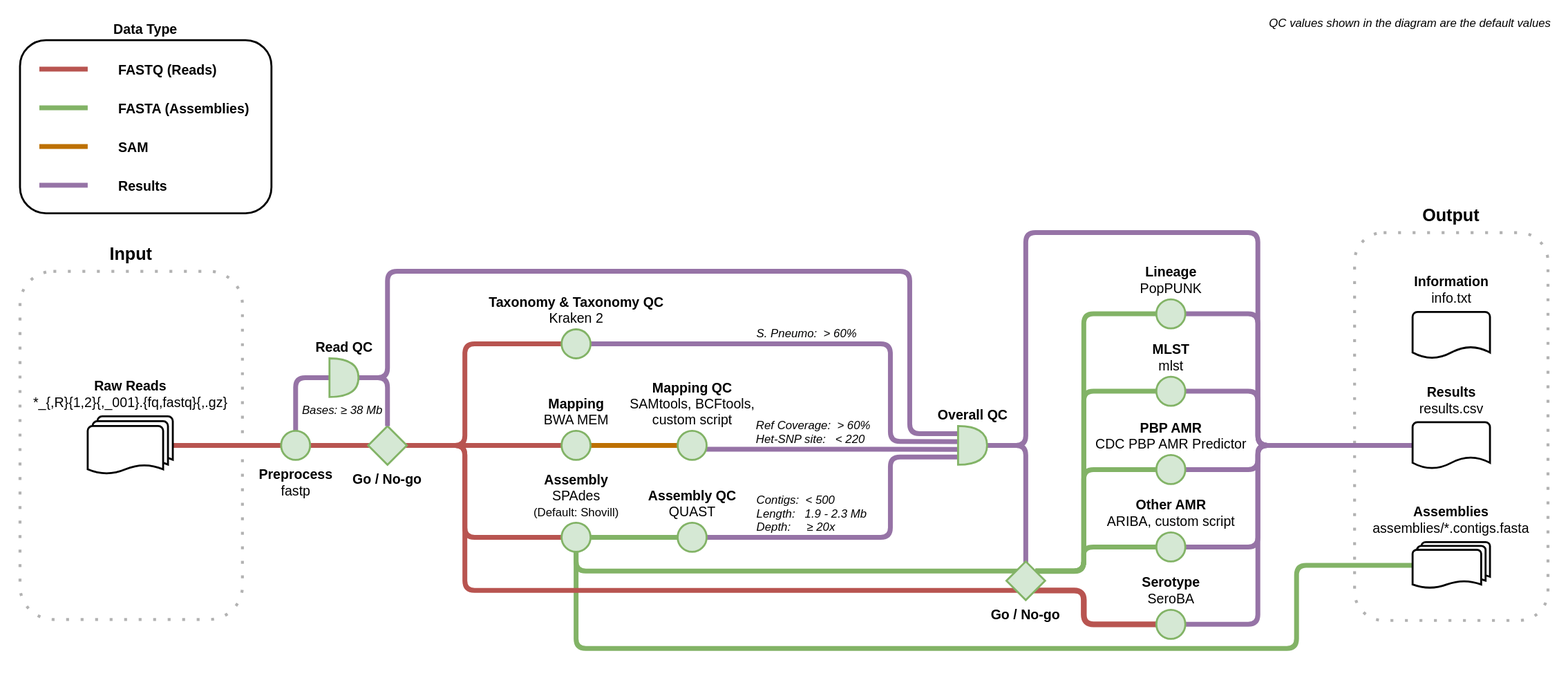
This is doc/workflow.drawio.svg from sanger-bentley-group/gps-pipeline, a draw.io export, as it was before one commit. Source tidied: cells renumbered, new cells last; positions are measured from the earlier drawing's top-left corner, leaving out a move shared by most shapes.
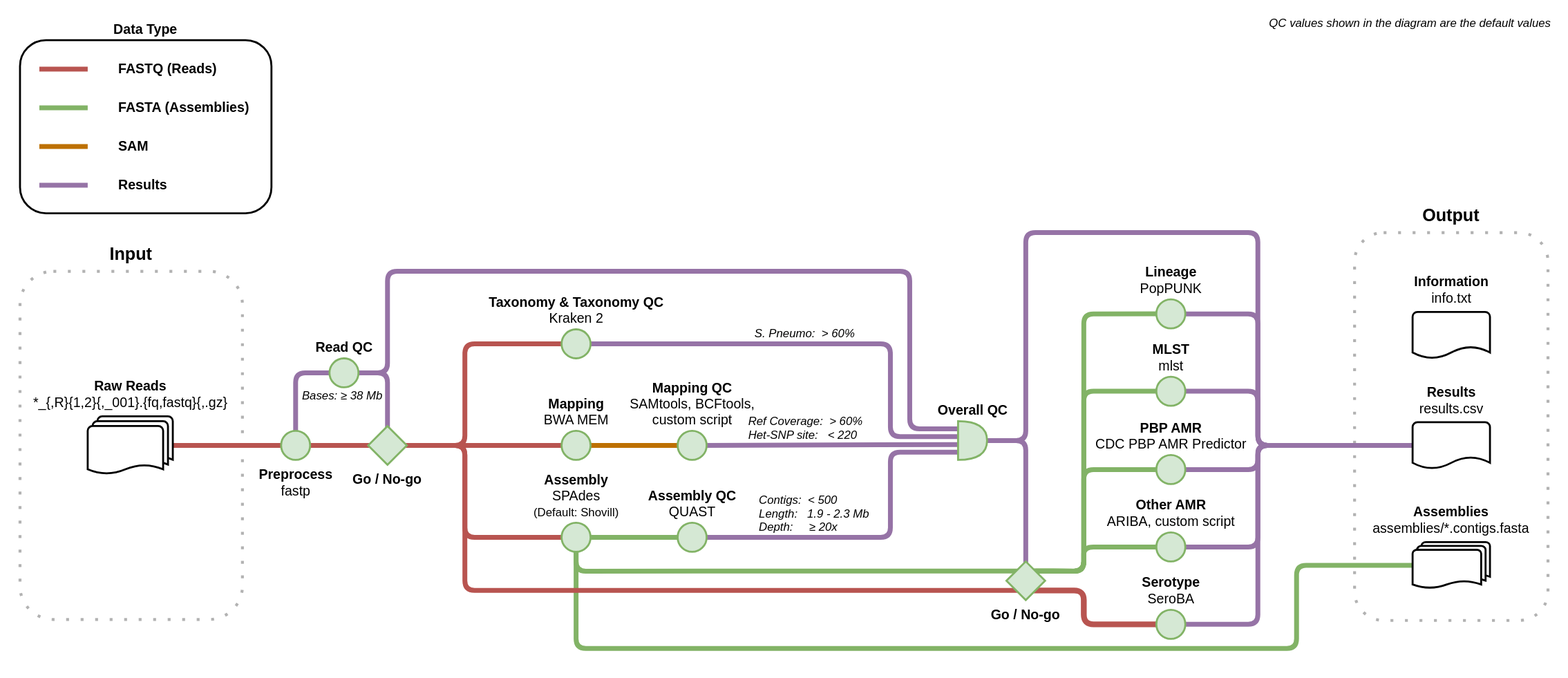
Later version of the same file.

Commit message:
Improve chart

Change to the diagram source:
```diff
@@ -60,7 +60,8 @@
       <mxGeometry relative="1" as="geometry">
         <Array as="points">
           <mxPoint x="920" y="355" />
-          <mxPoint x="920" y="456" />
+          <mxPoint x="920" y="451" />
+          <mxPoint x="990" y="451" />
         </Array>
       </mxGeometry>
     </mxCell>
@@ -73,7 +74,7 @@
       <mxGeometry relative="1" as="geometry">
         <Array as="points">
           <mxPoint x="920" y="555" />
-          <mxPoint x="920" y="472" />
+          <mxPoint x="920" y="467" />
         </Array>
       </mxGeometry>
     </mxCell>
@@ -104,11 +105,10 @@
         <mxPoint x="45" as="offset" />
       </mxGeometry>
     </mxCell>
-    <mxCell id="23" style="edgeStyle=orthogonalEdgeStyle;rounded=1;jettySize=auto;html=1;entryX=-0.003;entryY=0.603;entryDx=0;entryDy=0;entryPerimeter=0;strokeWidth=5;startArrow=none;startFill=0;endArrow=none;endFill=0;startSize=20;fillColor=#e1d5e7;strokeColor=#9673a6;" parent="1" edge="1" source="37" target="48">
+    <mxCell id="23" style="edgeStyle=orthogonalEdgeStyle;rounded=1;jettySize=auto;html=1;entryX=-0.003;entryY=0.603;entryDx=0;entryDy=0;entryPerimeter=0;strokeWidth=5;startArrow=none;startFill=0;endArrow=none;endFill=0;startSize=20;fillColor=#e1d5e7;strokeColor=#9673a6;exitX=0.5;exitY=0.5;exitDx=0;exitDy=0;exitPerimeter=0;" parent="1" edge="1" source="37" target="48">
       <mxGeometry relative="1" as="geometry">
         <Array as="points">
-          <mxPoint x="860" y="464" />
-          <mxPoint x="860" y="464" />
+          <mxPoint x="990" y="460" />
         </Array>
       </mxGeometry>
     </mxCell>
@@ -138,9 +138,8 @@
         </Array>
       </mxGeometry>
     </mxCell>
-    <mxCell id="28" style="edgeStyle=orthogonalEdgeStyle;rounded=1;orthogonalLoop=1;jettySize=auto;html=1;entryX=0;entryY=0.5;entryDx=0;entryDy=0;endArrow=none;endFill=0;fillColor=#d5e8d4;strokeColor=#82b366;strokeWidth=5;exitX=0.5;exitY=0.255;exitDx=0;exitDy=0;exitPerimeter=0;" parent="1" edge="1">
+    <mxCell id="28" style="edgeStyle=orthogonalEdgeStyle;rounded=1;jettySize=auto;html=1;entryX=0;entryY=0.5;entryDx=0;entryDy=0;endArrow=none;endFill=0;fillColor=#d5e8d4;strokeColor=#82b366;strokeWidth=5;exitX=0.5;exitY=0.25;exitDx=0;exitDy=0;exitPerimeter=0;" parent="1" edge="1" source="59">
       <mxGeometry relative="1" as="geometry">
-        <mxPoint x="1070" y="590.2" as="sourcePoint" />
         <mxPoint x="1205" y="404" as="targetPoint" />
         <Array as="points">
           <mxPoint x="1120" y="590" />
@@ -157,9 +156,8 @@
         </Array>
       </mxGeometry>
     </mxCell>
-    <mxCell id="30" style="edgeStyle=orthogonalEdgeStyle;html=1;entryX=0;entryY=0.5;entryDx=0;entryDy=0;endArrow=none;endFill=0;strokeWidth=5;fillColor=#d5e8d4;strokeColor=#82b366;exitX=0.5;exitY=0.245;exitDx=0;exitDy=0;exitPerimeter=0;" parent="1" edge="1">
+    <mxCell id="30" style="edgeStyle=orthogonalEdgeStyle;html=1;entryX=0;entryY=0.5;entryDx=0;entryDy=0;endArrow=none;endFill=0;strokeWidth=5;fillColor=#d5e8d4;strokeColor=#82b366;exitX=0.5;exitY=0.25;exitDx=0;exitDy=0;exitPerimeter=0;" parent="1" edge="1" source="59">
       <mxGeometry relative="1" as="geometry">
-        <mxPoint x="1070" y="589.8" as="sourcePoint" />
         <mxPoint x="1205" y="485" as="targetPoint" />
         <Array as="points">
           <mxPoint x="1120" y="590" />
@@ -201,26 +199,25 @@
     <mxCell id="38" style="edgeStyle=orthogonalEdgeStyle;jettySize=auto;html=1;entryX=-0.003;entryY=0.198;entryDx=0;entryDy=0;entryPerimeter=0;fillColor=#e1d5e7;strokeColor=#9673a6;rounded=1;strokeWidth=5;endArrow=none;endFill=0;exitX=1;exitY=0.5;exitDx=0;exitDy=0;exitPerimeter=0;" parent="1" edge="1" source="63" target="48">
       <mxGeometry relative="1" as="geometry">
         <Array as="points">
-          <mxPoint x="400" y="390" />
+          <mxPoint x="400" y="385" />
           <mxPoint x="400" y="280" />
           <mxPoint x="940" y="280" />
-          <mxPoint x="940" y="448" />
+          <mxPoint x="940" y="443" />
         </Array>
       </mxGeometry>
     </mxCell>
     <mxCell id="39" style="edgeStyle=none;html=1;entryX=0;entryY=0.5;entryDx=0;entryDy=0;entryPerimeter=0;rounded=1;strokeWidth=5;fillColor=#e1d5e7;strokeColor=#9673a6;endArrow=none;endFill=0;" parent="1" edge="1" source="40" target="63">
       <mxGeometry relative="1" as="geometry">
         <Array as="points">
-          <mxPoint x="305" y="390" />
+          <mxPoint x="305" y="385" />
         </Array>
       </mxGeometry>
     </mxCell>
     <mxCell id="40" value="&lt;b style=&quot;font-size: 14px;&quot;&gt;Preprocess&lt;/b&gt;&lt;br style=&quot;font-size: 14px;&quot;&gt;fastp" style="ellipse;html=1;strokeWidth=2;labelPosition=center;verticalLabelPosition=bottom;align=center;verticalAlign=top;fillColor=#d5e8d4;strokeColor=#82b366;rounded=1;fontSize=14;" parent="1" vertex="1">
       <mxGeometry x="290" y="445" width="30" height="30" as="geometry" />
     </mxCell>
-    <mxCell id="41" style="edgeStyle=orthogonalEdgeStyle;html=1;entryX=0;entryY=0.5;entryDx=0;entryDy=0;exitX=0.5;exitY=0.248;exitDx=0;exitDy=0;exitPerimeter=0;strokeWidth=5;endArrow=none;endFill=0;fillColor=#d5e8d4;strokeColor=#82b366;" parent="1" edge="1">
+    <mxCell id="41" style="edgeStyle=orthogonalEdgeStyle;html=1;entryX=0;entryY=0.5;entryDx=0;entryDy=0;exitX=0.5;exitY=0.248;exitDx=0;exitDy=0;exitPerimeter=0;strokeWidth=5;endArrow=none;endFill=0;fillColor=#d5e8d4;strokeColor=#82b366;" parent="1" edge="1" source="59">
       <mxGeometry relative="1" as="geometry">
-        <mxPoint x="1070" y="589.9" as="sourcePoint" />
         <mxPoint x="1205" y="565" as="targetPoint" />
         <Array as="points">
           <mxPoint x="1120" y="590" />
@@ -250,25 +247,25 @@
     <mxCell id="45" value="&lt;b style=&quot;font-size: 14px&quot;&gt;MLST&lt;/b&gt;&lt;br style=&quot;font-size: 14px&quot;&gt;mlst" style="ellipse;html=1;strokeWidth=2;labelPosition=center;verticalLabelPosition=top;align=center;verticalAlign=bottom;fillColor=#d5e8d4;strokeColor=#82b366;rounded=1;fontSize=14;" parent="1" vertex="1">
       <mxGeometry x="1195" y="389" width="30" height="30" as="geometry" />
     </mxCell>
-    <mxCell id="46" style="edgeStyle=orthogonalEdgeStyle;rounded=1;jettySize=auto;html=1;entryX=0;entryY=0.5;entryDx=0;entryDy=0;entryPerimeter=0;fillColor=#e1d5e7;strokeColor=#9673a6;strokeWidth=5;endArrow=none;endFill=0;" parent="1" edge="1" source="48" target="61">
+    <mxCell id="46" style="edgeStyle=orthogonalEdgeStyle;rounded=1;jettySize=auto;html=1;entryX=0;entryY=0.5;entryDx=0;entryDy=0;entryPerimeter=0;fillColor=#e1d5e7;strokeColor=#9673a6;strokeWidth=5;endArrow=none;endFill=0;exitX=0.5;exitY=0.5;exitDx=0;exitDy=0;exitPerimeter=0;" parent="1" edge="1" source="48" target="61">
       <mxGeometry relative="1" as="geometry">
         <Array as="points">
-          <mxPoint x="1060" y="460" />
+          <mxPoint x="1060" y="455" />
           <mxPoint x="1060" y="240" />
           <mxPoint x="1300" y="240" />
           <mxPoint x="1300" y="460" />
         </Array>
       </mxGeometry>
     </mxCell>
-    <mxCell id="47" style="edgeStyle=orthogonalEdgeStyle;rounded=1;jettySize=auto;html=1;fillColor=#e1d5e7;strokeColor=#9673a6;strokeWidth=5;endArrow=none;endFill=0;entryX=0.5;entryY=0.5;entryDx=0;entryDy=0;entryPerimeter=0;" parent="1" edge="1" source="48" target="59">
+    <mxCell id="47" style="edgeStyle=orthogonalEdgeStyle;rounded=1;jettySize=auto;html=1;fillColor=#e1d5e7;strokeColor=#9673a6;strokeWidth=5;endArrow=none;endFill=0;entryX=0.5;entryY=0.5;entryDx=0;entryDy=0;entryPerimeter=0;exitX=0.5;exitY=0.5;exitDx=0;exitDy=0;exitPerimeter=0;" parent="1" edge="1" source="48" target="59">
       <mxGeometry relative="1" as="geometry">
         <Array as="points">
-          <mxPoint x="1060" y="460" />
+          <mxPoint x="1060" y="455" />
         </Array>
       </mxGeometry>
     </mxCell>
     <mxCell id="48" value="&lt;b style=&quot;font-size: 14px&quot;&gt;Overall QC&lt;/b&gt;" style="shape=or;html=1;strokeWidth=2;labelPosition=center;verticalLabelPosition=top;align=center;verticalAlign=bottom;fillColor=#d5e8d4;strokeColor=#82b366;rounded=1;fontSize=14;" parent="1" vertex="1">
-      <mxGeometry x="990" y="440" width="30" height="40" as="geometry" />
+      <mxGeometry x="990" y="435" width="30" height="40" as="geometry" />
     </mxCell>
     <mxCell id="49" style="edgeStyle=orthogonalEdgeStyle;rounded=1;jettySize=auto;html=1;entryX=0;entryY=0.5;entryDx=0;entryDy=0;entryPerimeter=0;fillColor=#e1d5e7;strokeColor=#9673a6;strokeWidth=5;endArrow=none;endFill=0;" parent="1" edge="1" source="50" target="61">
       <mxGeometry relative="1" as="geometry">
@@ -314,11 +311,8 @@
         </Array>
       </mxGeometry>
     </mxCell>
-    <mxCell id="57" value="Go / No-go" style="strokeWidth=2;shape=mxgraph.flowchart.decision;fillColor=#d5e8d4;strokeColor=#82b366;labelPosition=center;verticalLabelPosition=bottom;align=center;verticalAlign=top;fontStyle=1;rounded=1;fontSize=14;" parent="1" vertex="1">
-      <mxGeometry x="380" y="440" width="40" height="40" as="geometry" />
-    </mxCell>
     <mxCell id="58" value="Bases: ≥ 38 Mb " style="edgeLabel;align=left;verticalAlign=top;labelBackgroundColor=none;rounded=1;fontSize=12;fontStyle=2;" parent="1" vertex="1">
-      <mxGeometry x="310" y="410" as="geometry" />
+      <mxGeometry x="310" y="395" as="geometry" />
     </mxCell>
     <mxCell id="59" value="Go / No-go" style="strokeWidth=2;shape=mxgraph.flowchart.decision;fillColor=#d5e8d4;strokeColor=#82b366;labelPosition=center;verticalLabelPosition=bottom;align=center;verticalAlign=top;fontStyle=1;rounded=1;fontSize=14;" parent="1" vertex="1">
       <mxGeometry x="1040" y="580" width="40" height="40" as="geometry" />
@@ -329,18 +323,21 @@
     <mxCell id="61" value="&lt;b style=&quot;font-size: 14px&quot;&gt;Results&lt;/b&gt;&lt;br style=&quot;font-size: 14px&quot;&gt;results.csv" style="strokeWidth=2;html=1;shape=mxgraph.flowchart.document2;size=0.25;labelPosition=center;verticalLabelPosition=top;align=center;verticalAlign=bottom;rounded=1;spacing=5;fontSize=14;" parent="1" vertex="1">
       <mxGeometry x="1460" y="436" width="80" height="48" as="geometry" />
     </mxCell>
-    <mxCell id="62" style="edgeStyle=none;rounded=1;html=1;entryX=0.5;entryY=0;entryDx=0;entryDy=0;entryPerimeter=0;strokeWidth=5;endArrow=none;endFill=0;exitX=1;exitY=0.5;exitDx=0;exitDy=0;exitPerimeter=0;fillColor=#e1d5e7;strokeColor=#9673a6;" parent="1" edge="1" source="63" target="57">
+    <mxCell id="62" style="edgeStyle=none;rounded=1;html=1;strokeWidth=5;endArrow=none;endFill=0;exitX=1;exitY=0.5;exitDx=0;exitDy=0;exitPerimeter=0;fillColor=#e1d5e7;strokeColor=#9673a6;entryX=0.5;entryY=0.5;entryDx=0;entryDy=0;entryPerimeter=0;" parent="1" edge="1" source="63" target="57">
       <mxGeometry relative="1" as="geometry">
         <Array as="points">
-          <mxPoint x="400" y="390" />
+          <mxPoint x="400" y="385" />
         </Array>
       </mxGeometry>
     </mxCell>
-    <mxCell id="63" value="&lt;b style=&quot;font-size: 14px&quot;&gt;Read QC&lt;/b&gt;" style="shape=or;html=1;strokeWidth=2;labelPosition=center;verticalLabelPosition=top;align=center;verticalAlign=bottom;fillColor=#d5e8d4;strokeColor=#82b366;rounded=1;fontSize=14;" parent="1" vertex="1">
-      <mxGeometry x="340" y="370" width="30" height="40" as="geometry" />
+    <mxCell id="63" value="&lt;b style=&quot;font-size: 14px&quot;&gt;Read QC&lt;/b&gt;" style="ellipse;html=1;fontFamily=Helvetica;fontSize=14;fontColor=default;align=center;strokeColor=#82b366;strokeWidth=2;fillColor=#d5e8d4;labelPosition=center;verticalLabelPosition=top;verticalAlign=bottom;" parent="1" vertex="1">
+      <mxGeometry x="340" y="370" width="30" height="30" as="geometry" />
     </mxCell>
     <mxCell id="64" value="QC values shown in the diagram are the default values" style="edgeLabel;align=left;verticalAlign=top;labelBackgroundColor=none;rounded=1;fontSize=12;fontStyle=2;" parent="1" vertex="1">
       <mxGeometry x="1310" y="10" as="geometry" />
     </mxCell>
+    <mxCell id="57" value="Go / No-go" style="strokeWidth=2;shape=mxgraph.flowchart.decision;fillColor=#d5e8d4;strokeColor=#82b366;labelPosition=center;verticalLabelPosition=bottom;align=center;verticalAlign=top;fontStyle=1;rounded=1;fontSize=14;" parent="1" vertex="1">
+      <mxGeometry x="380" y="440" width="40" height="40" as="geometry" />
+    </mxCell>
   </root>
 </mxGraphModel>
```
